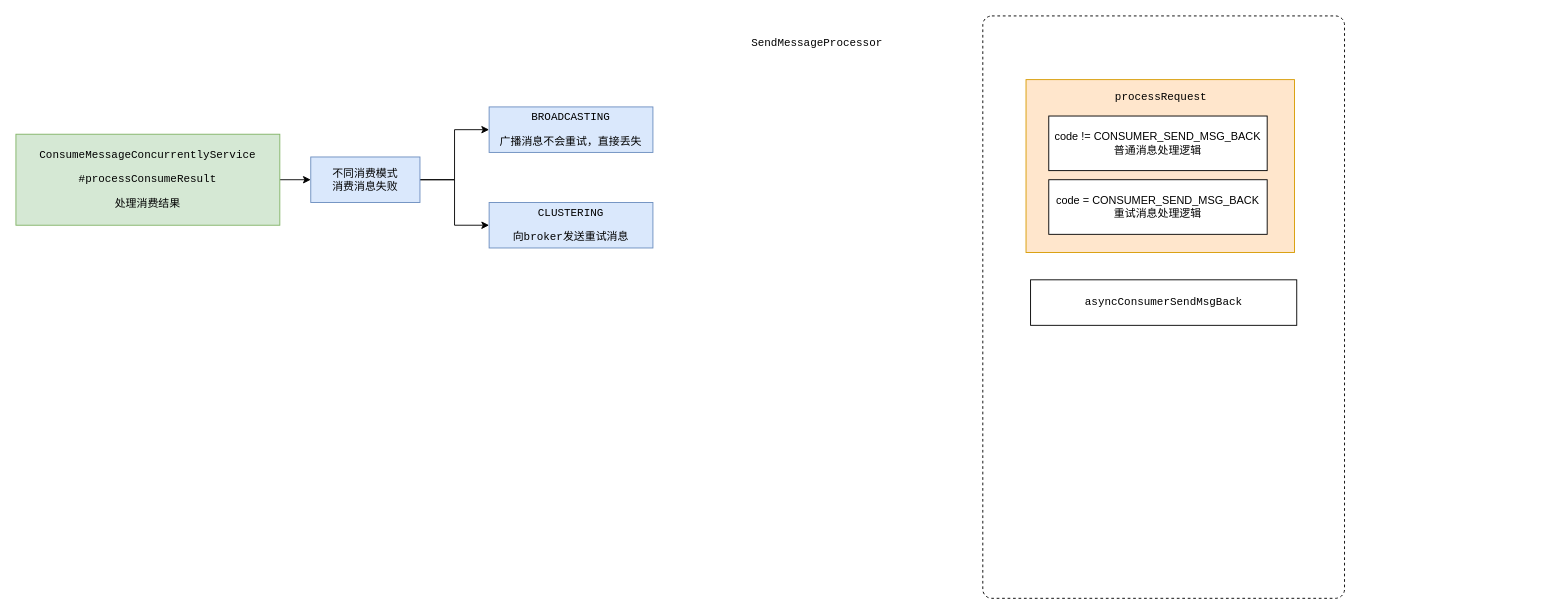
The draw.io diagram rocketmq/消息消费重试逻辑.drawio in erlieStar/diagrams, before the edit. Source tidied: cells renumbered, new cells numbered last; positions are measured from the earlier drawing's top-left corner, leaving out a move shared by most shapes. Both pictures are drawn from the tidied source at 91%, with x=0, y=0 at pixel (15, 15).
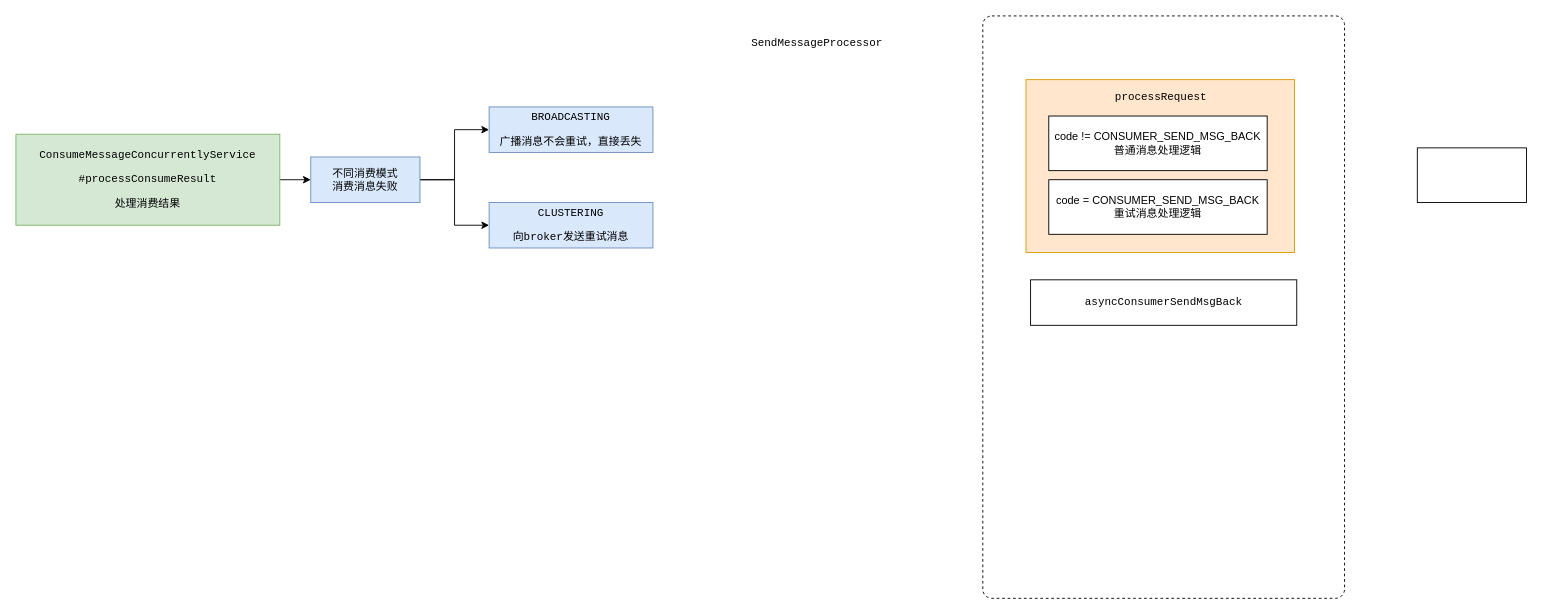
After the change.

Commit message (it also covers changes not shown here):
Update 消息消费重试逻辑.drawio

Diff of the diagram source:
```diff
@@
 <mxGraphModel>
   <root>
     <mxCell id="0" />
     <mxCell id="1" parent="0" />
     <mxCell id="2" style="html=1;align=center;verticalAlign=top;rounded=1;absoluteArcSize=1;arcSize=20;dashed=1;" parent="1" vertex="1">
       <mxGeometry x="1062.5" width="397.5" height="640" as="geometry" />
     </mxCell>
     <mxCell id="3" style="rounded=0;whiteSpace=wrap;html=1;fillColor=#ffe6cc;strokeColor=#d79b00;" parent="1" vertex="1">
       <mxGeometry x="1110" y="70" width="295" height="190" as="geometry" />
     </mxCell>
     <mxCell id="4" style="edgeStyle=orthogonalEdgeStyle;rounded=0;jettySize=auto;html=1;exitX=1;exitY=0.5;exitDx=0;exitDy=0;entryX=0;entryY=0.5;entryDx=0;entryDy=0;" parent="1" edge="1" source="5" target="8">
       <mxGeometry relative="1" as="geometry" />
     </mxCell>
     <mxCell id="5" value="&lt;pre&gt;ConsumeMessageConcurrentlyService&lt;/pre&gt;&lt;pre&gt;#processConsumeResult&lt;/pre&gt;&lt;pre&gt;处理消费结果&lt;/pre&gt;" style="rounded=0;whiteSpace=wrap;html=1;fillColor=#d5e8d4;strokeColor=#82b366;" parent="1" vertex="1">
       <mxGeometry y="130" width="290" height="100" as="geometry" />
     </mxCell>
     <mxCell id="6" style="edgeStyle=orthogonalEdgeStyle;rounded=0;jettySize=auto;html=1;exitX=1;exitY=0.5;exitDx=0;exitDy=0;entryX=0;entryY=0.5;entryDx=0;entryDy=0;" parent="1" edge="1" source="8" target="9">
       <mxGeometry relative="1" as="geometry" />
     </mxCell>
     <mxCell id="7" style="edgeStyle=orthogonalEdgeStyle;rounded=0;jettySize=auto;html=1;exitX=1;exitY=0.5;exitDx=0;exitDy=0;" parent="1" edge="1" source="8" target="10">
       <mxGeometry relative="1" as="geometry" />
     </mxCell>
     <mxCell id="8" value="不同消费模式&lt;br&gt;消费消息失败" style="rounded=0;whiteSpace=wrap;html=1;fillColor=#dae8fc;strokeColor=#6c8ebf;" parent="1" vertex="1">
       <mxGeometry x="324" y="155" width="120" height="50" as="geometry" />
     </mxCell>
     <mxCell id="9" value="&lt;pre&gt;BROADCASTING&lt;/pre&gt;&lt;pre&gt;广播消息不会重试，直接丢失&lt;/pre&gt;" style="rounded=0;whiteSpace=wrap;html=1;fillColor=#dae8fc;strokeColor=#6c8ebf;" parent="1" vertex="1">
       <mxGeometry x="520" y="100" width="180" height="50" as="geometry" />
     </mxCell>
     <mxCell id="10" value="&lt;pre&gt;CLUSTERING&lt;/pre&gt;&lt;pre&gt;向broker发送重试消息&lt;/pre&gt;" style="rounded=0;whiteSpace=wrap;html=1;fillColor=#dae8fc;strokeColor=#6c8ebf;" parent="1" vertex="1">
       <mxGeometry x="520" y="205" width="180" height="50" as="geometry" />
     </mxCell>
     <mxCell id="11" value="&lt;pre&gt;SendMessageProcessor&lt;/pre&gt;" style="text;html=1;align=center;verticalAlign=middle;strokeColor=none;fillColor=none;" parent="1" vertex="1">
       <mxGeometry x="800" y="10" width="160" height="40" as="geometry" />
     </mxCell>
     <mxCell id="12" value="code !=&amp;nbsp;CONSUMER_SEND_MSG_BACK&lt;br&gt;普通消息处理逻辑" style="rounded=0;whiteSpace=wrap;html=1;" parent="1" vertex="1">
       <mxGeometry x="1135" y="110" width="240" height="60" as="geometry" />
     </mxCell>
     <mxCell id="13" value="code =&amp;nbsp;CONSUMER_SEND_MSG_BACK&lt;br&gt;重试消息处理逻辑" style="rounded=0;whiteSpace=wrap;html=1;" parent="1" vertex="1">
       <mxGeometry x="1135" y="180" width="240" height="60" as="geometry" />
     </mxCell>
     <mxCell id="14" value="&lt;pre&gt;processRequest&lt;/pre&gt;" style="text;html=1;align=center;verticalAlign=middle;strokeColor=none;fillColor=none;" parent="1" vertex="1">
       <mxGeometry x="1197.5" y="70" width="120" height="40" as="geometry" />
     </mxCell>
     <mxCell id="15" value="&lt;pre&gt;asyncConsumerSendMsgBack&lt;/pre&gt;" style="rounded=0;whiteSpace=wrap;html=1;" parent="1" vertex="1">
       <mxGeometry x="1115" y="290" width="292.5" height="50" as="geometry" />
     </mxCell>
+    <mxCell id="16" style="rounded=0;whiteSpace=wrap;html=1;" parent="1" vertex="1">
+      <mxGeometry x="1540" y="145" width="120" height="60" as="geometry" />
+    </mxCell>
   </root>
 </mxGraphModel>
```
